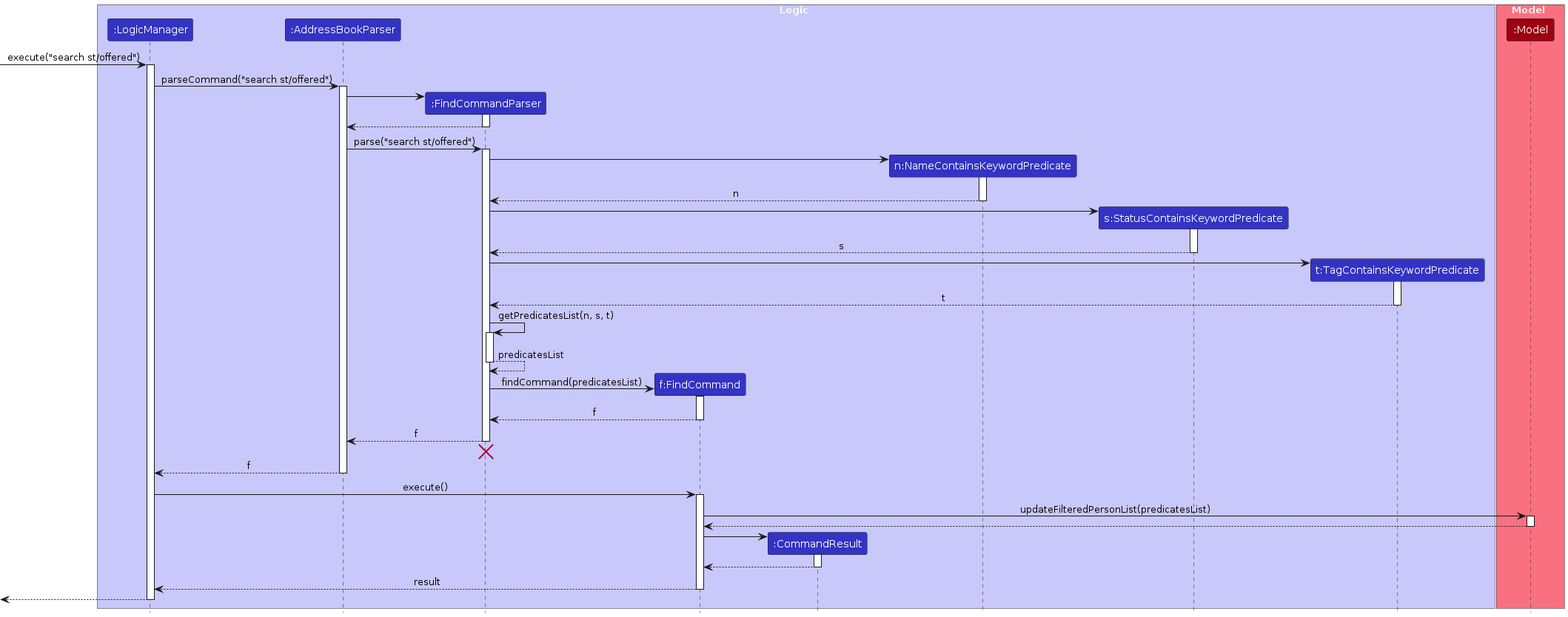
Above: diagrams/SearchSequenceDiagram.png in MadLamprey/tp (PlantUML), before the change. Its source is kept beside it as diagrams/SearchSequenceDiagram.puml.
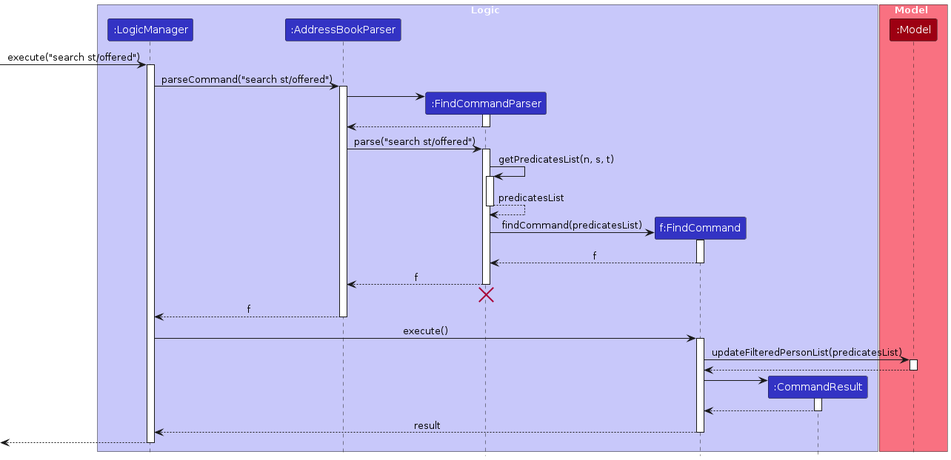
After the commit.

Diff of the diagram source:
```diff
@@ -1,7 +1,6 @@
 @startuml
 !include style.puml
 skinparam ArrowFontStyle plain
-
 
 box Logic LOGIC_COLOR_T1
 participant ":LogicManager" as LogicManager LOGIC_COLOR
@@ -9,10 +8,6 @@
 participant ":FindCommandParser" as FindCommandParser LOGIC_COLOR
 participant "f:FindCommand" as FindCommand LOGIC_COLOR
 participant ":CommandResult" as CommandResult LOGIC_COLOR
-participant "n:NameContainsKeywordPredicate" as NameContainsKeywordPredicate LOGIC_COLOR
-participant "s:StatusContainsKeywordPredicate" as StatusContainsKeywordPredicate LOGIC_COLOR
-participant "t:TagContainsKeywordPredicate" as TagContainsKeywordPredicate LOGIC_COLOR
-
 end box
 
 box Model MODEL_COLOR_T1
@@ -35,23 +30,6 @@
 AddressBookParser -> FindCommandParser : parse("search st/offered")
 activate FindCommandParser
 
-create NameContainsKeywordPredicate
-FindCommandParser -> NameContainsKeywordPredicate
-activate NameContainsKeywordPredicate
-NameContainsKeywordPredicate --> FindCommandParser : n
-deactivate NameContainsKeywordPredicate
-
-create StatusContainsKeywordPredicate
-FindCommandParser -> StatusContainsKeywordPredicate
-activate StatusContainsKeywordPredicate
-StatusContainsKeywordPredicate --> FindCommandParser : s
-deactivate StatusContainsKeywordPredicate
-
-create TagContainsKeywordPredicate
-FindCommandParser -> TagContainsKeywordPredicate
-activate TagContainsKeywordPredicate
-TagContainsKeywordPredicate --> FindCommandParser : t
-deactivate TagContainsKeywordPredicate
 
 FindCommandParser -> FindCommandParser: getPredicatesList(n, s, t)
 activate FindCommandParser
```
